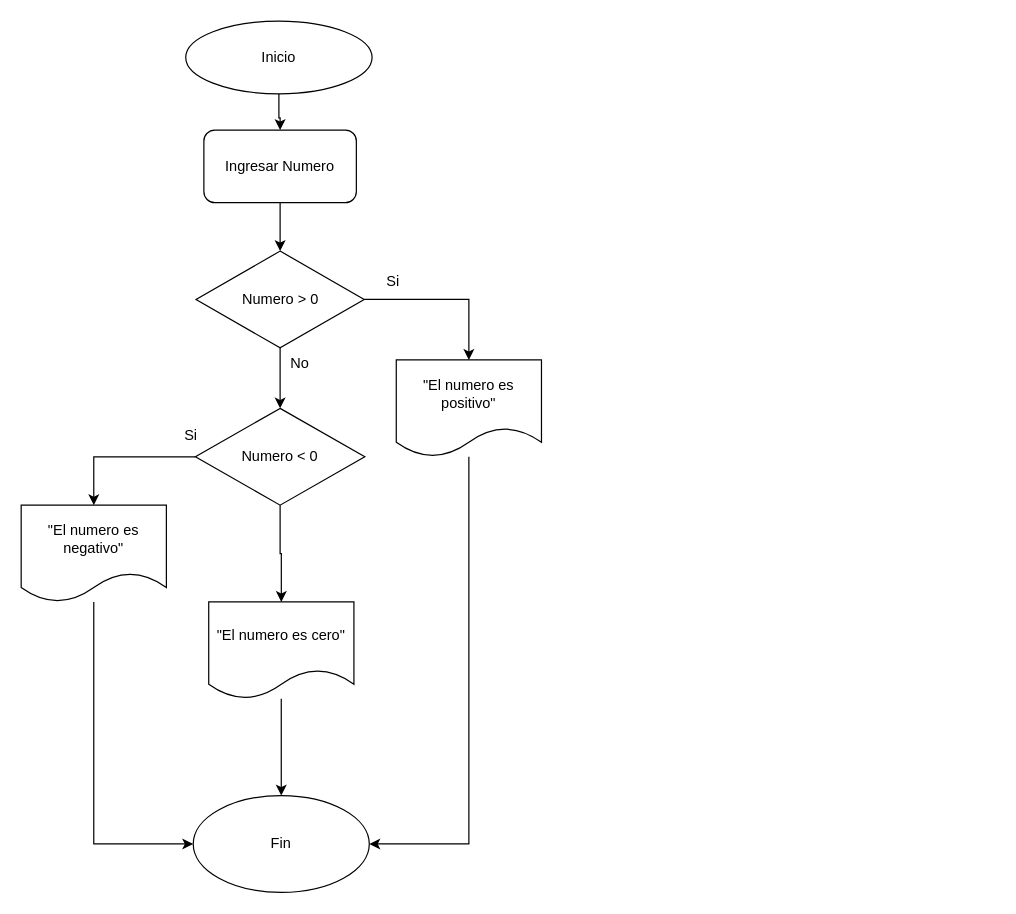
This is Lab - 2.drawio from CarlosUanl/Trabajos-MDLP--3-oportunidad-, a draw.io file, before an edit. Source tidied: cells renumbered, new cells numbered last; positions are measured from the earlier drawing's top-left corner, leaving out a move shared by most shapes. Both pictures are drawn from the tidied source at 121%, with x=0, y=0 at pixel (21, 21).
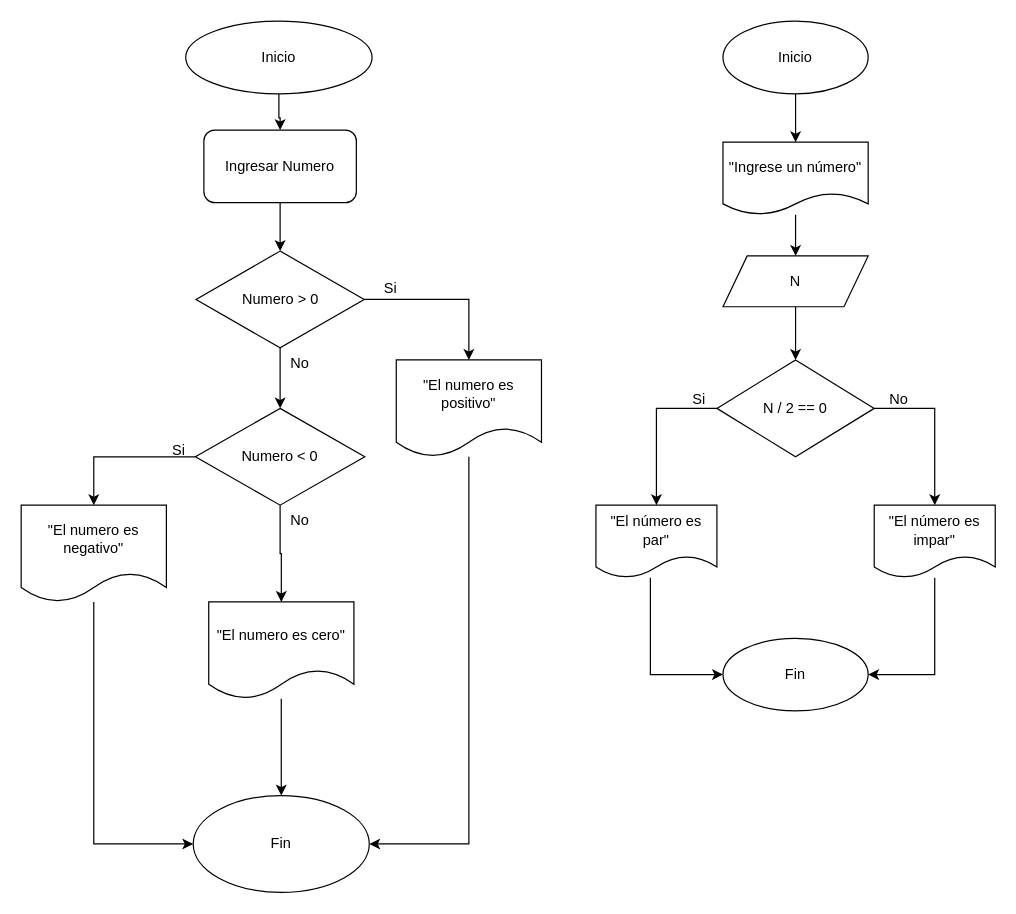
After the change.

Commit message:
Lab - 2 Ejercicio 1 y 2 .drawio

What changed in the source:
```diff
@@
     <mxCell id="9" value="Si" style="text;html=1;align=center;verticalAlign=middle;strokeColor=none;fillColor=none;" parent="1" vertex="1">
-      <mxGeometry x="292" y="200" width="30" height="30" as="geometry" />
+      <mxGeometry x="290" y="206" width="30" height="30" as="geometry" />
     </mxCell>
@@
     <mxCell id="18" value="Si" style="text;html=1;align=center;verticalAlign=middle;strokeColor=none;fillColor=none;" parent="1" vertex="1">
-      <mxGeometry x="125" y="328" width="30" height="30" as="geometry" />
+      <mxGeometry x="114.5" y="340" width="30" height="30" as="geometry" />
     </mxCell>
@@
+    <mxCell id="22" style="edgeStyle=orthogonalEdgeStyle;rounded=0;jettySize=auto;html=1;entryX=0.5;entryY=0;entryDx=0;entryDy=0;" parent="1" edge="1" source="23" target="25">
+      <mxGeometry relative="1" as="geometry" />
+    </mxCell>
+    <mxCell id="23" value="Inicio" style="ellipse;whiteSpace=wrap;html=1;" parent="1" vertex="1">
+      <mxGeometry x="580" width="120" height="60" as="geometry" />
+    </mxCell>
+    <mxCell id="24" style="edgeStyle=orthogonalEdgeStyle;rounded=0;jettySize=auto;html=1;" parent="1" edge="1" source="25" target="27">
+      <mxGeometry relative="1" as="geometry" />
+    </mxCell>
+    <mxCell id="25" value="&quot;Ingrese un número&quot;" style="shape=document;whiteSpace=wrap;html=1;boundedLbl=1;" parent="1" vertex="1">
+      <mxGeometry x="580" y="100" width="120" height="60" as="geometry" />
+    </mxCell>
+    <mxCell id="26" style="edgeStyle=orthogonalEdgeStyle;rounded=0;jettySize=auto;html=1;entryX=0.5;entryY=0;entryDx=0;entryDy=0;" parent="1" edge="1" source="27" target="30">
+      <mxGeometry relative="1" as="geometry" />
+    </mxCell>
+    <mxCell id="27" value="N" style="shape=parallelogram;perimeter=parallelogramPerimeter;whiteSpace=wrap;html=1;fixedSize=1;" parent="1" vertex="1">
+      <mxGeometry x="580" y="194" width="120" height="42" as="geometry" />
+    </mxCell>
+    <mxCell id="28" style="edgeStyle=orthogonalEdgeStyle;rounded=0;jettySize=auto;html=1;entryX=0.5;entryY=0;entryDx=0;entryDy=0;" parent="1" edge="1" source="30" target="34">
+      <mxGeometry relative="1" as="geometry">
+        <Array as="points">
+          <mxPoint x="755" y="320" />
+        </Array>
+      </mxGeometry>
+    </mxCell>
+    <mxCell id="29" style="edgeStyle=orthogonalEdgeStyle;rounded=0;jettySize=auto;html=1;entryX=0.5;entryY=0;entryDx=0;entryDy=0;" parent="1" edge="1" source="30" target="32">
+      <mxGeometry relative="1" as="geometry">
+        <Array as="points">
+          <mxPoint x="525" y="320" />
+        </Array>
+      </mxGeometry>
+    </mxCell>
+    <mxCell id="30" value="N / 2 == 0" style="rhombus;whiteSpace=wrap;html=1;" parent="1" vertex="1">
+      <mxGeometry x="575" y="280" width="130" height="80" as="geometry" />
+    </mxCell>
+    <mxCell id="31" style="edgeStyle=orthogonalEdgeStyle;rounded=0;jettySize=auto;html=1;entryX=0;entryY=0.5;entryDx=0;entryDy=0;" parent="1" edge="1" source="32" target="38">
+      <mxGeometry relative="1" as="geometry">
+        <Array as="points">
+          <mxPoint x="520" y="540" />
+        </Array>
+      </mxGeometry>
+    </mxCell>
+    <mxCell id="32" value="&quot;El número es par&quot;" style="shape=document;whiteSpace=wrap;html=1;boundedLbl=1;" parent="1" vertex="1">
+      <mxGeometry x="475" y="400" width="100" height="60" as="geometry" />
+    </mxCell>
+    <mxCell id="33" style="edgeStyle=orthogonalEdgeStyle;rounded=0;jettySize=auto;html=1;entryX=1;entryY=0.5;entryDx=0;entryDy=0;" parent="1" edge="1" source="34" target="38">
+      <mxGeometry relative="1" as="geometry">
+        <Array as="points">
+          <mxPoint x="755" y="540" />
+        </Array>
+      </mxGeometry>
+    </mxCell>
+    <mxCell id="34" value="&quot;El número es impar&quot;" style="shape=document;whiteSpace=wrap;html=1;boundedLbl=1;" parent="1" vertex="1">
+      <mxGeometry x="705" y="400" width="100" height="60" as="geometry" />
+    </mxCell>
+    <mxCell id="35" value="Si" style="text;html=1;align=center;verticalAlign=middle;strokeColor=none;fillColor=none;" parent="1" vertex="1">
+      <mxGeometry x="545" y="298" width="30" height="30" as="geometry" />
+    </mxCell>
+    <mxCell id="36" value="No" style="text;html=1;align=center;verticalAlign=middle;strokeColor=none;fillColor=none;" parent="1" vertex="1">
+      <mxGeometry x="705" y="298" width="40" height="30" as="geometry" />
+    </mxCell>
+    <mxCell id="37" value="No" style="text;html=1;align=center;verticalAlign=middle;strokeColor=none;fillColor=none;" parent="1" vertex="1">
+      <mxGeometry x="210" y="398" width="40" height="30" as="geometry" />
+    </mxCell>
+    <mxCell id="38" value="Fin" style="ellipse;whiteSpace=wrap;html=1;" parent="1" vertex="1">
+      <mxGeometry x="580" y="510" width="120" height="60" as="geometry" />
+    </mxCell>
```
